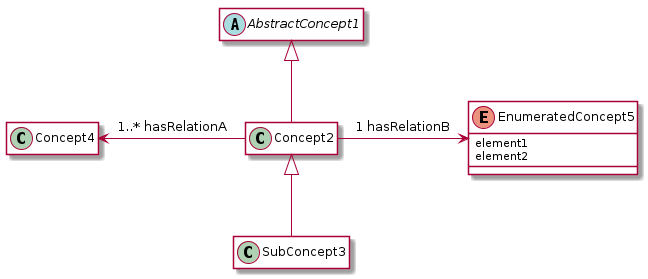
This is out/img/plantuml-legend.png from imf-lab/imf-ontology-semweb, a PlantUML export, as it was before one commit. Source of this version:
```plantuml
@startuml
hide empty members

skinparam class {
 BackgroundColor White
}

abstract class AbstractConcept1

AbstractConcept1 <|-- Concept2
Concept2 <|-- SubConcept3

Concept2 -left-> Concept4 : 1..* hasRelationA

enum EnumeratedConcept5 {
 element1
 element2
}

Concept2 -right-> EnumeratedConcept5 : 1 hasRelationB
@enduml
```
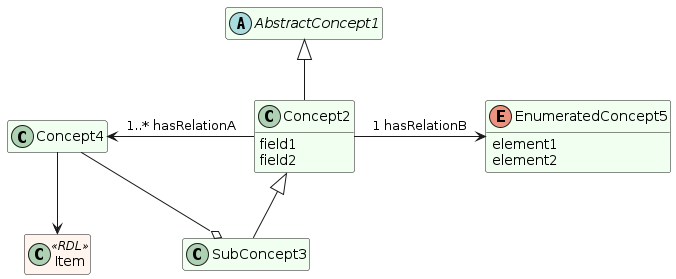
After the commit.

What changed in the source:
```diff
@@ -2,10 +2,19 @@
 hide empty members
 
 skinparam class {
- BackgroundColor White
+ BackgroundColor HoneyDew
+ BackgroundColor<< RDL >> SeaShell
+ BackgroundColor<< Type >> LightCyan
 }
 
+
+
 abstract class AbstractConcept1
+
+class Concept2 {
+ field1
+ field2
+}
 
 AbstractConcept1 <|-- Concept2
 Concept2 <|-- SubConcept3
@@ -18,4 +27,10 @@
 }
 
 Concept2 -right-> EnumeratedConcept5 : 1 hasRelationB
+
+Concept4 --o SubConcept3
+
+Concept4 --> Item
+
+class Item << RDL >>
 @enduml
```
